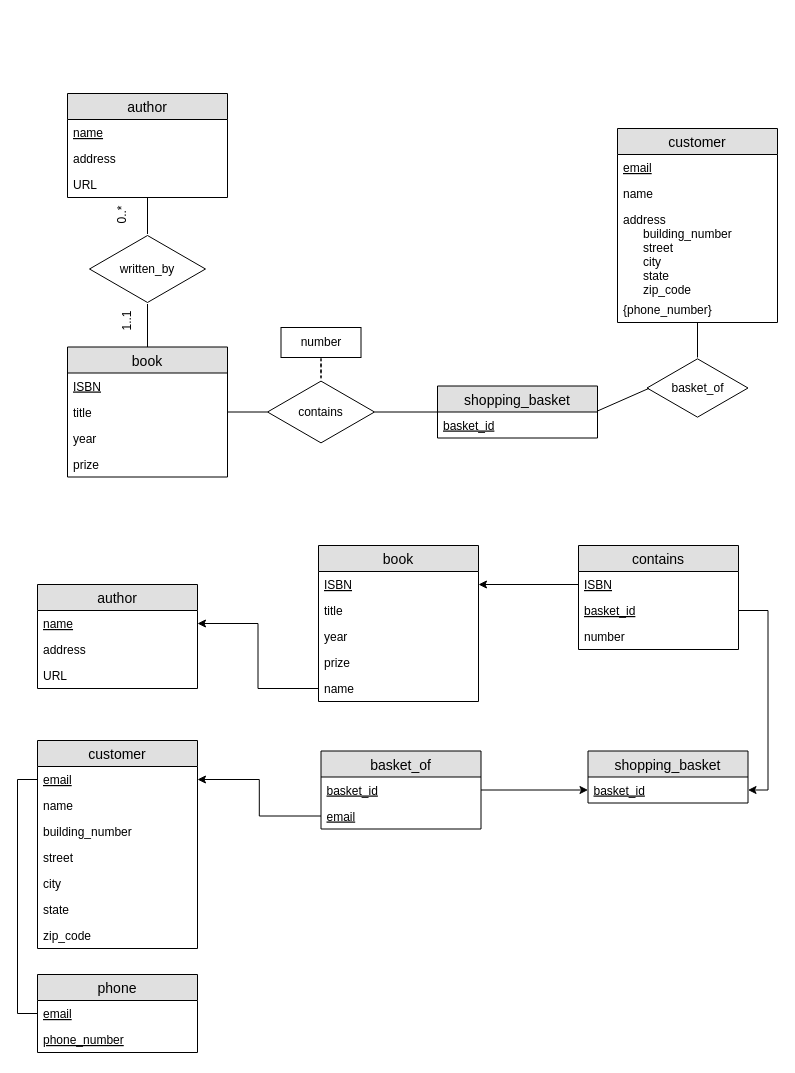
This is page "Page-4" (4 of 4) of Untitled Diagram.drawio from RomolaZhang/Databases, a draw.io file, before an edit. Source tidied: cells renumbered, new cells numbered last; positions are measured from the earlier drawing's top-left corner, leaving out a move shared by most shapes. Both pictures are drawn from the tidied source at 100%, with x=0, y=0 at pixel (37, 93).
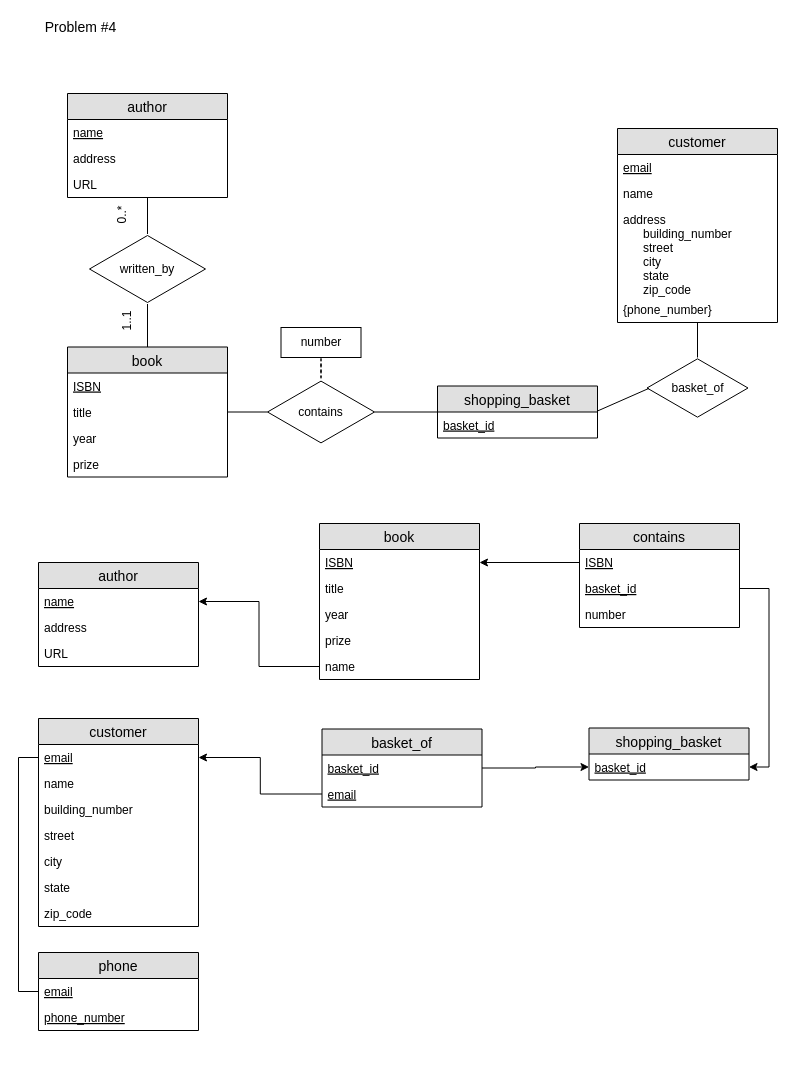
The same page after the edit.

The edit, as a diff of the source:
```diff
@@
     <mxCell id="30" value="author" style="swimlane;fontStyle=0;horizontal=1;startSize=26;fillColor=#e0e0e0;swimlaneFillColor=#ffffff;align=center;fontSize=14;strokeColor=#000000;strokeWidth=1;" parent="1" vertex="1">
-      <mxGeometry y="491" width="160" height="104" as="geometry" />
+      <mxGeometry x="1" y="469" width="160" height="104" as="geometry" />
     </mxCell>
@@
     <mxCell id="34" value="book" style="swimlane;fontStyle=0;horizontal=1;startSize=26;fillColor=#e0e0e0;swimlaneFillColor=#ffffff;align=center;fontSize=14;strokeColor=#000000;strokeWidth=1;" parent="1" vertex="1">
-      <mxGeometry x="281" y="452" width="160" height="156" as="geometry" />
+      <mxGeometry x="282" y="430" width="160" height="156" as="geometry" />
     </mxCell>
@@
     <mxCell id="40" value="contains" style="swimlane;fontStyle=0;horizontal=1;startSize=26;fillColor=#e0e0e0;swimlaneFillColor=#ffffff;align=center;fontSize=14;strokeColor=#000000;strokeWidth=1;" parent="1" vertex="1">
-      <mxGeometry x="541" y="452" width="160" height="104" as="geometry" />
+      <mxGeometry x="542" y="430" width="160" height="104" as="geometry" />
     </mxCell>
@@
     <mxCell id="44" value="shopping_basket" style="swimlane;fontStyle=0;horizontal=1;startSize=26;fillColor=#e0e0e0;swimlaneFillColor=#ffffff;align=center;fontSize=14;strokeColor=#000000;strokeWidth=1;" parent="1" vertex="1">
-      <mxGeometry x="550.5" y="657.5" width="160" height="52" as="geometry" />
+      <mxGeometry x="551.5" y="634.5" width="160" height="52" as="geometry" />
     </mxCell>
@@
     <mxCell id="46" value="basket_of" style="swimlane;fontStyle=0;horizontal=1;startSize=26;fillColor=#e0e0e0;swimlaneFillColor=#ffffff;align=center;fontSize=14;strokeColor=#000000;strokeWidth=1;" parent="1" vertex="1">
-      <mxGeometry x="283.5" y="657.5" width="160" height="78" as="geometry" />
+      <mxGeometry x="284.5" y="635.5" width="160" height="78" as="geometry" />
     </mxCell>
@@
     <mxCell id="50" value="customer" style="swimlane;fontStyle=0;horizontal=1;startSize=26;fillColor=#e0e0e0;swimlaneFillColor=#ffffff;align=center;fontSize=14;strokeColor=#000000;strokeWidth=1;" parent="1" vertex="1">
-      <mxGeometry y="647" width="160" height="208" as="geometry" />
+      <mxGeometry x="1" y="625" width="160" height="208" as="geometry" />
     </mxCell>
@@
     <mxCell id="62" value="phone" style="swimlane;fontStyle=0;horizontal=1;startSize=26;fillColor=#e0e0e0;swimlaneFillColor=#ffffff;align=center;fontSize=14;strokeColor=#000000;strokeWidth=1;" parent="1" vertex="1">
-      <mxGeometry y="881" width="160" height="78" as="geometry" />
+      <mxGeometry x="1" y="859" width="160" height="78" as="geometry" />
     </mxCell>
@@
+    <mxCell id="67" value="&lt;font style=&quot;font-size: 14px&quot;&gt;Problem #4&lt;/font&gt;" style="text;html=1;align=center;verticalAlign=middle;fillColor=none;strokeColor=none;rounded=0;" parent="1" vertex="1">
+      <mxGeometry x="-2.5" y="-76" width="90" height="20" as="geometry" />
+    </mxCell>
```
